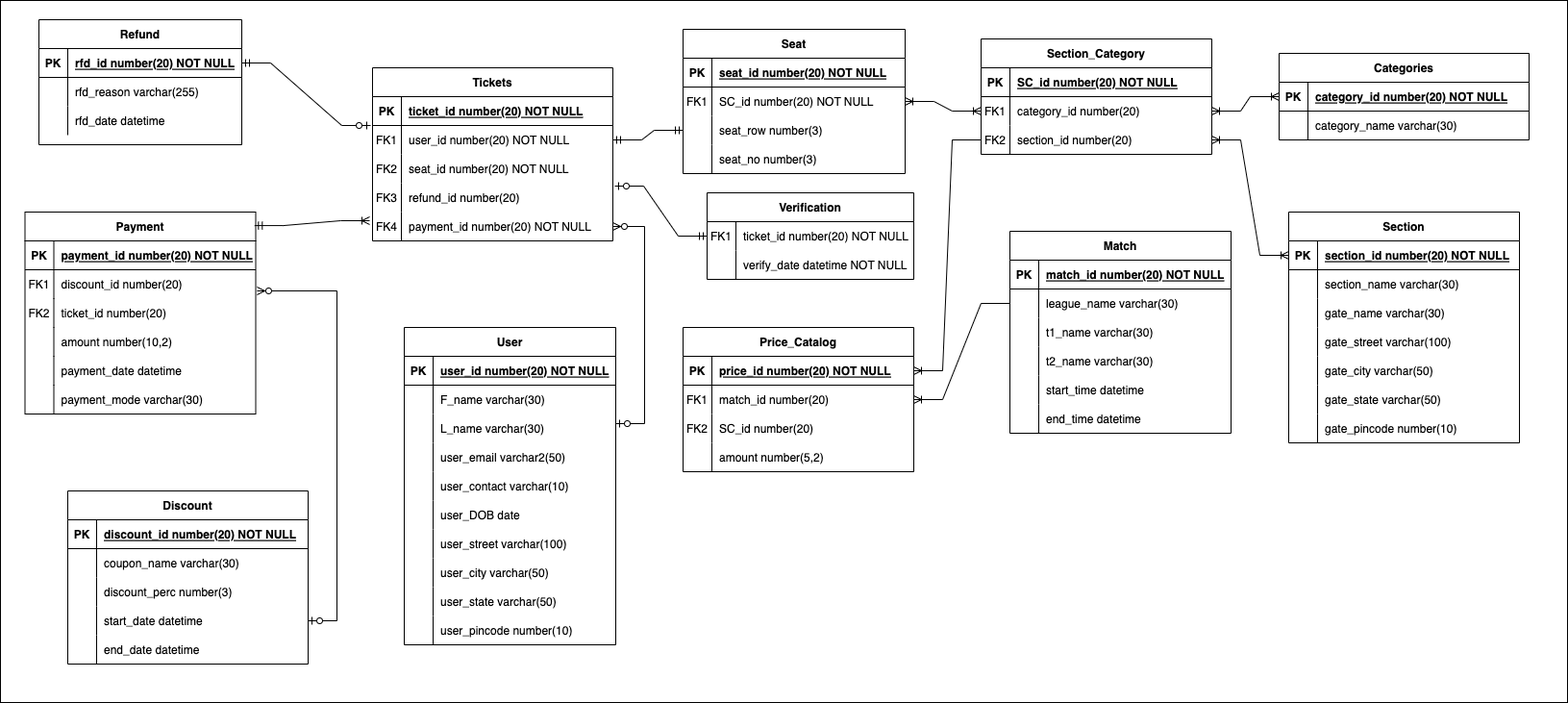
Earlier version of the draw.io export #Documents/ERD-V2.png (anishnavale/stadium-management-system). Source tidied: cells renumbered, new cells last; positions are measured from the earlier drawing's top-left corner, leaving out a move shared by most shapes.
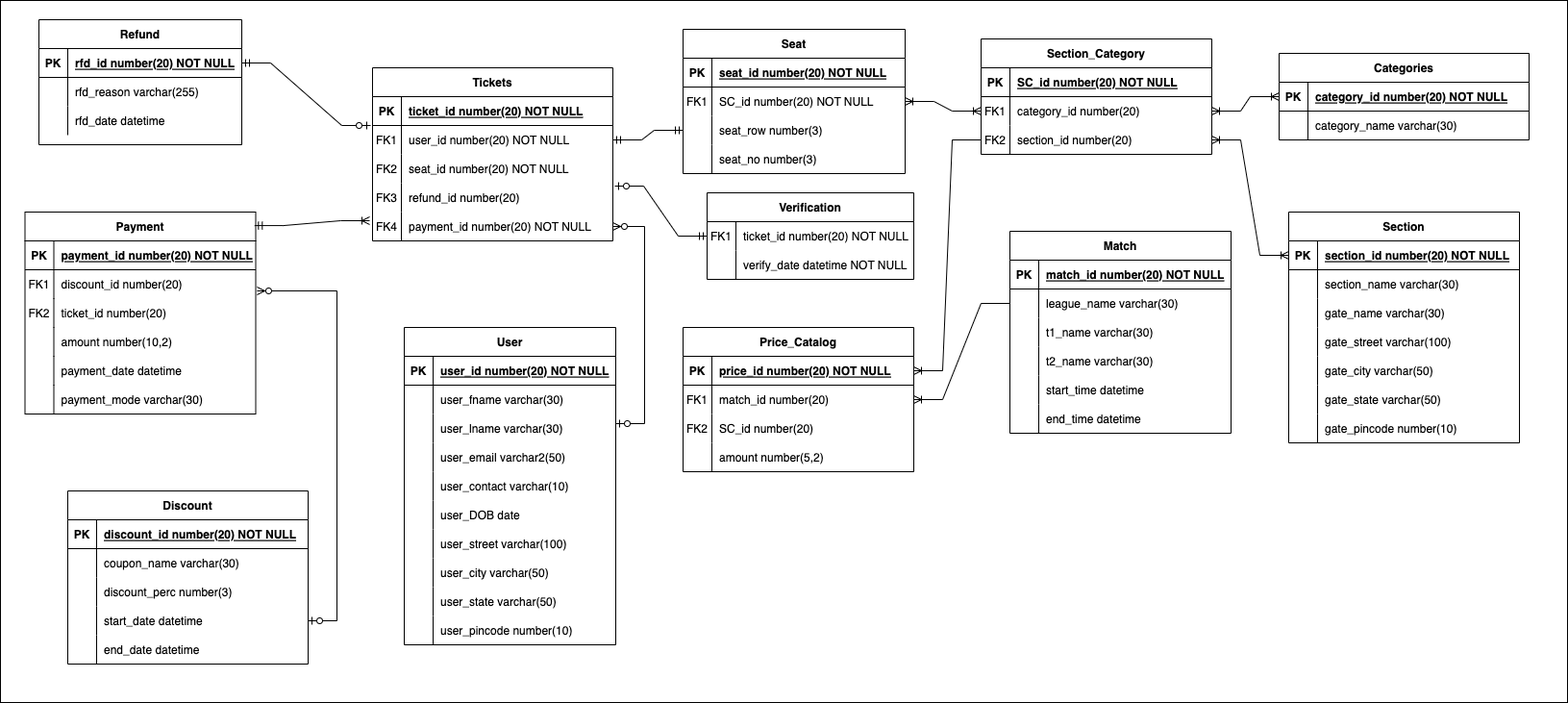
After the commit.

What changed in the source:
```diff
@@ -293,7 +293,7 @@
     <mxCell id="98" style="shape=partialRectangle;fillColor=none;top=0;left=0;bottom=0;right=0;overflow=hidden;" parent="97" vertex="1">
       <mxGeometry width="30" height="30" as="geometry" />
     </mxCell>
-    <mxCell id="99" value="F_name varchar(30)" style="shape=partialRectangle;fillColor=none;top=0;left=0;bottom=0;right=0;align=left;spacingLeft=6;overflow=hidden;" parent="97" vertex="1">
+    <mxCell id="99" value="user_fname varchar(30)" style="shape=partialRectangle;fillColor=none;top=0;left=0;bottom=0;right=0;align=left;spacingLeft=6;overflow=hidden;" parent="97" vertex="1">
       <mxGeometry x="30" width="190" height="30" as="geometry" />
     </mxCell>
     <mxCell id="100" style="shape=tableRow;horizontal=0;startSize=0;swimlaneHead=0;swimlaneBody=0;fillColor=none;top=0;left=0;right=0;bottom=0;" parent="93" vertex="1">
@@ -302,7 +302,7 @@
     <mxCell id="101" style="shape=partialRectangle;fillColor=none;top=0;left=0;bottom=0;right=0;overflow=hidden;" parent="100" vertex="1">
       <mxGeometry width="30" height="30" as="geometry" />
     </mxCell>
-    <mxCell id="102" value="L_name varchar(30)" style="shape=partialRectangle;fillColor=none;top=0;left=0;bottom=0;right=0;align=left;spacingLeft=6;overflow=hidden;" parent="100" vertex="1">
+    <mxCell id="102" value="user_lname varchar(30)" style="shape=partialRectangle;fillColor=none;top=0;left=0;bottom=0;right=0;align=left;spacingLeft=6;overflow=hidden;" parent="100" vertex="1">
       <mxGeometry x="30" width="190" height="30" as="geometry" />
     </mxCell>
     <mxCell id="103" style="shape=tableRow;horizontal=0;startSize=0;swimlaneHead=0;swimlaneBody=0;fillColor=none;top=0;left=0;right=0;bottom=0;" parent="93" vertex="1">
```
